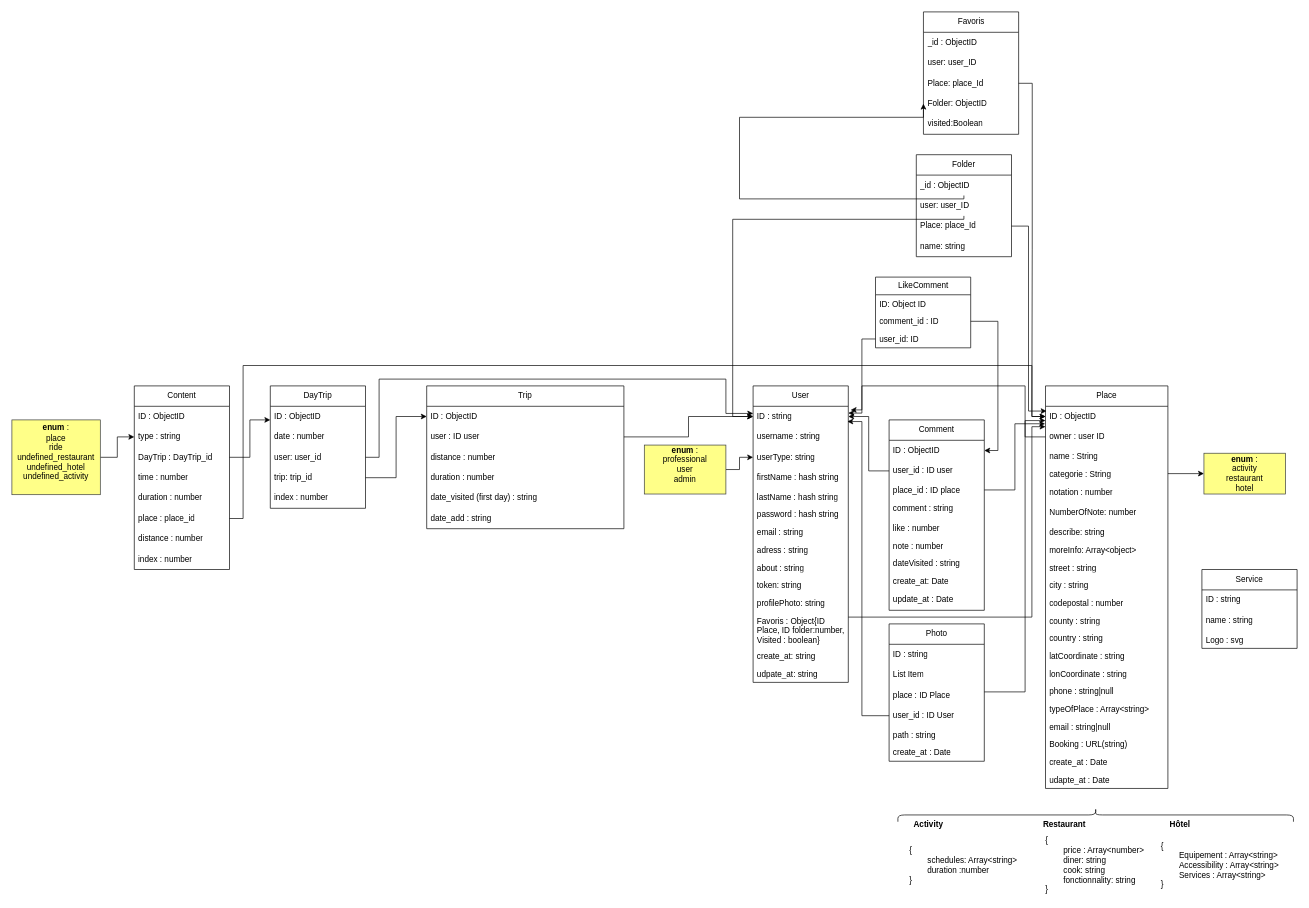
Above: Schemas/structureBDD.drawio in Aurelien0192/FrenchTravel_FrontEnd (draw.io), before the change. Source tidied: cells renumbered, new cells numbered last; positions are measured from the earlier drawing's top-left corner, leaving out a move shared by most shapes. Both pictures are drawn from the tidied source at 68%, with x=0, y=0 at pixel (12, 12).
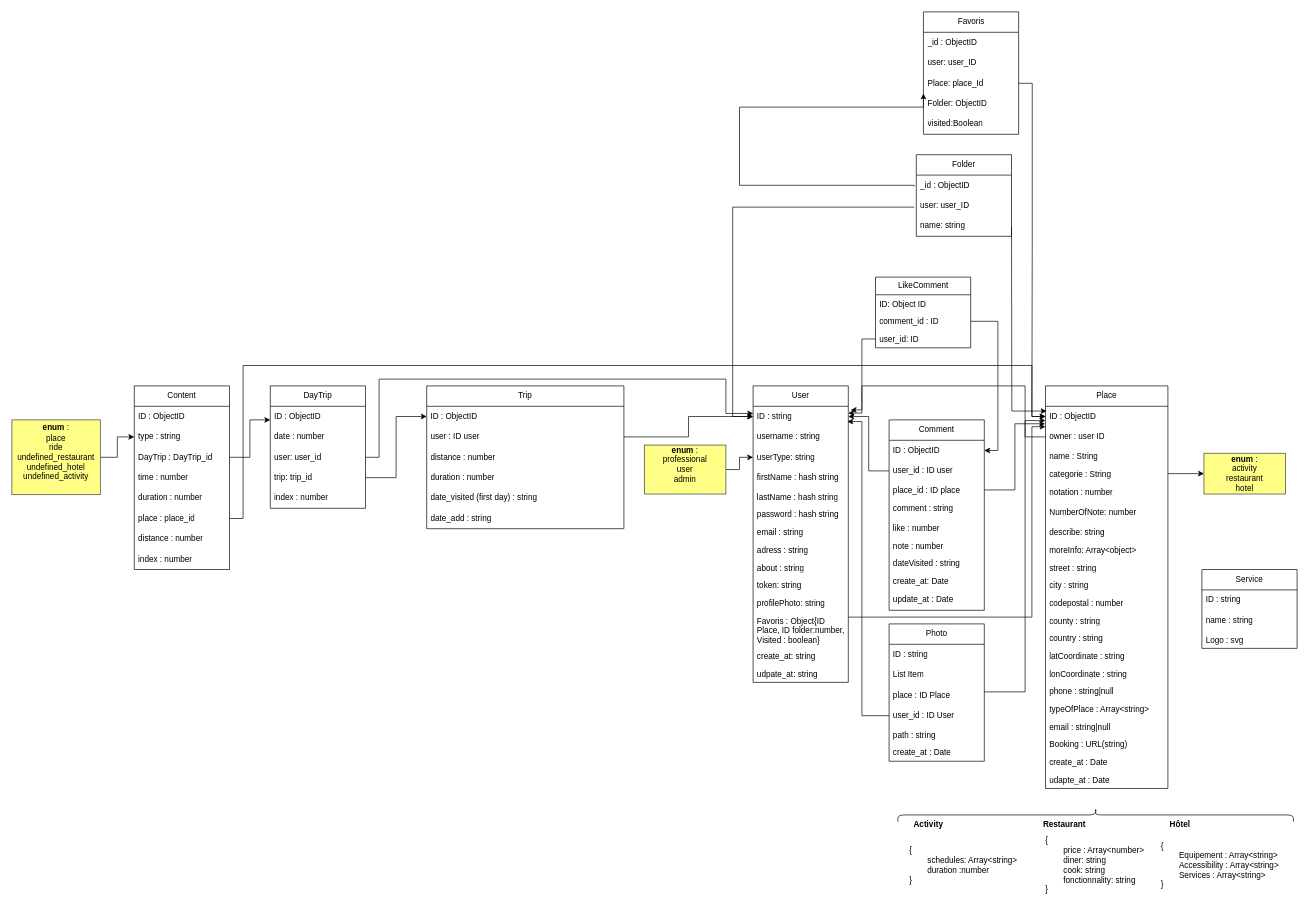
The same page after the edit.

Commit message (it also covers changes not shown here):
feat: user can add place in favorite

The change refers to these unchanged cells:
```xml
<mxCell id="3" value="ID : string" style="text;strokeColor=none;fillColor=none;align=left;verticalAlign=middle;spacingLeft=4;spacingRight=4;overflow=hidden;points=[[0,0.5],[1,0.5]];portConstraint=eastwest;whiteSpace=wrap;html=1;" parent="2" vertex="1">
  <mxGeometry y="30" width="140" height="30" as="geometry" />
</mxCell>
<mxCell id="19" value="ID : ObjectID" style="text;strokeColor=none;fillColor=none;align=left;verticalAlign=middle;spacingLeft=4;spacingRight=4;overflow=hidden;points=[[0,0.5],[1,0.5]];portConstraint=eastwest;whiteSpace=wrap;html=1;" parent="18" vertex="1">
  <mxGeometry y="30" width="180" height="30" as="geometry" />
</mxCell>
<mxCell id="110" value="Folder: ObjectID" style="text;strokeColor=none;fillColor=none;align=left;verticalAlign=middle;spacingLeft=4;spacingRight=4;overflow=hidden;points=[[0,0.5],[1,0.5]];portConstraint=eastwest;whiteSpace=wrap;html=1;" parent="106" vertex="1">
  <mxGeometry y="120" width="140" height="30" as="geometry" />
</mxCell>
<mxCell id="113" value="_id : ObjectID" style="text;strokeColor=none;fillColor=none;align=left;verticalAlign=middle;spacingLeft=4;spacingRight=4;overflow=hidden;points=[[0,0.5],[1,0.5]];portConstraint=eastwest;whiteSpace=wrap;html=1;" parent="112" vertex="1">
  <mxGeometry y="30" width="140" height="30" as="geometry" />
</mxCell>
<mxCell id="114" value="user: user_ID" style="text;strokeColor=none;fillColor=none;align=left;verticalAlign=middle;spacingLeft=4;spacingRight=4;overflow=hidden;points=[[0,0.5],[1,0.5]];portConstraint=eastwest;whiteSpace=wrap;html=1;" parent="112" vertex="1">
  <mxGeometry y="60" width="140" height="30" as="geometry" />
</mxCell>
```

Diff of the diagram source:
```diff
@@
     <mxCell id="112" value="Folder" style="swimlane;fontStyle=0;horizontal=1;startSize=30;whiteSpace=wrap;html=1;" parent="1" vertex="1">
-      <mxGeometry x="1330" y="210" width="140" height="150" as="geometry" />
+      <mxGeometry x="1330" y="210" width="140" height="120" as="geometry" />
     </mxCell>
@@
-    <mxCell id="115" value="Place: place_Id" style="text;strokeColor=none;fillColor=none;align=left;verticalAlign=middle;spacingLeft=4;spacingRight=4;overflow=hidden;points=[[0,0.5],[1,0.5]];portConstraint=eastwest;whiteSpace=wrap;html=1;" parent="112" vertex="1">
-      <mxGeometry y="90" width="140" height="30" as="geometry" />
-    </mxCell>
     <mxCell id="116" value="name: string" style="text;strokeColor=none;fillColor=none;align=left;verticalAlign=middle;spacingLeft=4;spacingRight=4;overflow=hidden;whiteSpace=wrap;html=1;" parent="112" vertex="1">
-      <mxGeometry y="120" width="140" height="30" as="geometry" />
+      <mxGeometry y="90" width="140" height="30" as="geometry" />
     </mxCell>
-    <mxCell id="117" style="edgeStyle=orthogonalEdgeStyle;rounded=0;jettySize=auto;html=1;" parent="1" edge="1" source="114" target="3">
+    <mxCell id="117" style="edgeStyle=orthogonalEdgeStyle;rounded=0;jettySize=auto;html=1;exitX=-0.022;exitY=0.571;exitDx=0;exitDy=0;exitPerimeter=0;" parent="1" edge="1" source="114" target="3">
       <mxGeometry relative="1" as="geometry">
         <Array as="points">
-          <mxPoint x="1060" y="305" />
+          <mxPoint x="1060" y="287" />
           <mxPoint x="1060" y="595" />
         </Array>
       </mxGeometry>
     </mxCell>
-    <mxCell id="118" style="edgeStyle=orthogonalEdgeStyle;rounded=0;jettySize=auto;html=1;entryX=0.009;entryY=0.233;entryDx=0;entryDy=0;entryPerimeter=0;" parent="1" edge="1" source="115" target="19">
-      <mxGeometry relative="1" as="geometry" />
+    <mxCell id="118" style="edgeStyle=orthogonalEdgeStyle;rounded=0;jettySize=auto;html=1;entryX=0.009;entryY=0.233;entryDx=0;entryDy=0;entryPerimeter=0;" parent="1" edge="1" target="19">
+      <mxGeometry relative="1" as="geometry">
+        <mxPoint x="1470" y="315" as="sourcePoint" />
+      </mxGeometry>
     </mxCell>
-    <mxCell id="119" style="edgeStyle=orthogonalEdgeStyle;rounded=0;jettySize=auto;html=1;entryX=0;entryY=0.5;entryDx=0;entryDy=0;" parent="1" edge="1" source="113" target="110">
+    <mxCell id="119" style="edgeStyle=orthogonalEdgeStyle;rounded=0;jettySize=auto;html=1;entryX=0;entryY=0.5;entryDx=0;entryDy=0;exitX=-0.022;exitY=0.562;exitDx=0;exitDy=0;exitPerimeter=0;" parent="1" edge="1" source="113">
       <mxGeometry relative="1" as="geometry">
+        <mxPoint x="1340.5" y="120" as="targetPoint" />
         <Array as="points">
-          <mxPoint x="1070" y="275" />
-          <mxPoint x="1070" y="155" />
+          <mxPoint x="1327" y="255" />
+          <mxPoint x="1070" y="255" />
+          <mxPoint x="1070" y="140" />
+          <mxPoint x="1340" y="140" />
         </Array>
       </mxGeometry>
     </mxCell>
```
